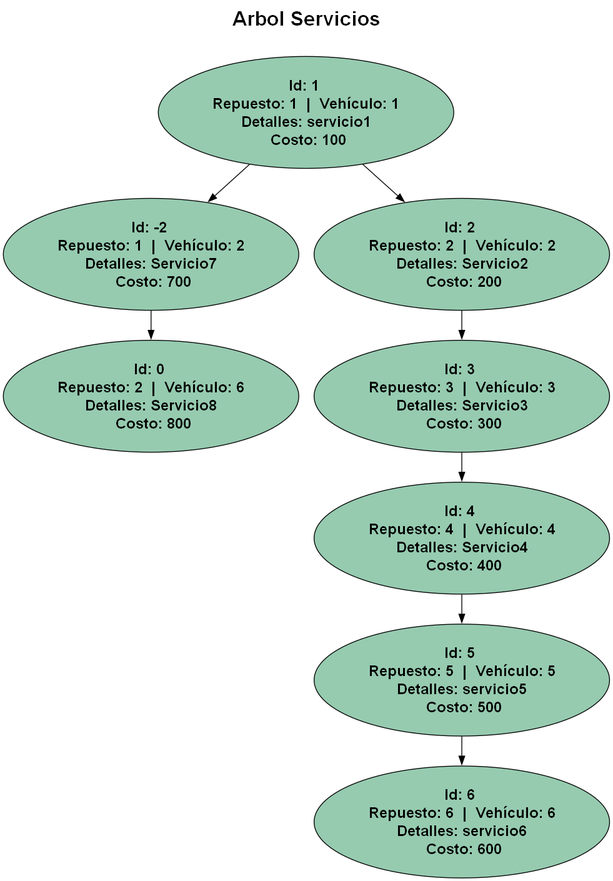
Above: Fase2/Reportes/servicios.png in Saloj17/-EDD-1S2025_201900081 (Graphviz), before the change. Its source is kept beside it as Fase2/Reportes/servicios.dot.
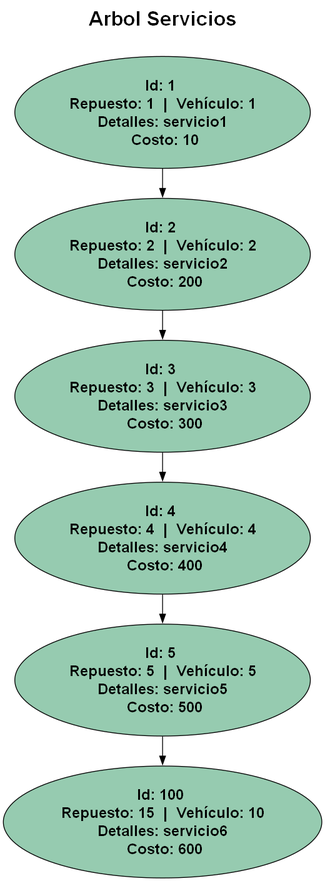
Above is the later version.

The edit, as a diff of the source:
```diff
@@ -6,19 +6,15 @@
 labelloc = "t";
 fontsize = 24;
 fontname = "Helvetica-Bold";
- 1 [label="Id: 1 \n Repuesto: 1  |  Vehículo: 1 \n Detalles: servicio1 \n Costo: 100" style="filled" fillcolor="#96cbb0" fontname="Helvetica-Bold" fontsize = 18 ];
-  1 -> -2;
- -2 [label="Id: -2 \n Repuesto: 1  |  Vehículo: 2 \n Detalles: Servicio7 \n Costo: 700" style="filled" fillcolor="#96cbb0" fontname="Helvetica-Bold" fontsize = 18 ];
-  -2 -> 0;
- 0 [label="Id: 0 \n Repuesto: 2  |  Vehículo: 6 \n Detalles: Servicio8 \n Costo: 800" style="filled" fillcolor="#96cbb0" fontname="Helvetica-Bold" fontsize = 18 ];
+ 1 [label="Id: 1 \n Repuesto: 1  |  Vehículo: 1 \n Detalles: servicio1 \n Costo: 10" style="filled" fillcolor="#96cbb0" fontname="Helvetica-Bold" fontsize = 18 ];
   1 -> 2;
- 2 [label="Id: 2 \n Repuesto: 2  |  Vehículo: 2 \n Detalles: Servicio2 \n Costo: 200" style="filled" fillcolor="#96cbb0" fontname="Helvetica-Bold" fontsize = 18 ];
+ 2 [label="Id: 2 \n Repuesto: 2  |  Vehículo: 2 \n Detalles: servicio2 \n Costo: 200" style="filled" fillcolor="#96cbb0" fontname="Helvetica-Bold" fontsize = 18 ];
   2 -> 3;
- 3 [label="Id: 3 \n Repuesto: 3  |  Vehículo: 3 \n Detalles: Servicio3 \n Costo: 300" style="filled" fillcolor="#96cbb0" fontname="Helvetica-Bold" fontsize = 18 ];
+ 3 [label="Id: 3 \n Repuesto: 3  |  Vehículo: 3 \n Detalles: servicio3 \n Costo: 300" style="filled" fillcolor="#96cbb0" fontname="Helvetica-Bold" fontsize = 18 ];
   3 -> 4;
- 4 [label="Id: 4 \n Repuesto: 4  |  Vehículo: 4 \n Detalles: Servicio4 \n Costo: 400" style="filled" fillcolor="#96cbb0" fontname="Helvetica-Bold" fontsize = 18 ];
+ 4 [label="Id: 4 \n Repuesto: 4  |  Vehículo: 4 \n Detalles: servicio4 \n Costo: 400" style="filled" fillcolor="#96cbb0" fontname="Helvetica-Bold" fontsize = 18 ];
   4 -> 5;
  5 [label="Id: 5 \n Repuesto: 5  |  Vehículo: 5 \n Detalles: servicio5 \n Costo: 500" style="filled" fillcolor="#96cbb0" fontname="Helvetica-Bold" fontsize = 18 ];
-  5 -> 6;
- 6 [label="Id: 6 \n Repuesto: 6  |  Vehículo: 6 \n Detalles: servicio6 \n Costo: 600" style="filled" fillcolor="#96cbb0" fontname="Helvetica-Bold" fontsize = 18 ];
+  5 -> 100;
+ 100 [label="Id: 100 \n Repuesto: 15  |  Vehículo: 10 \n Detalles: servicio6 \n Costo: 600" style="filled" fillcolor="#96cbb0" fontname="Helvetica-Bold" fontsize = 18 ];
 }
```
